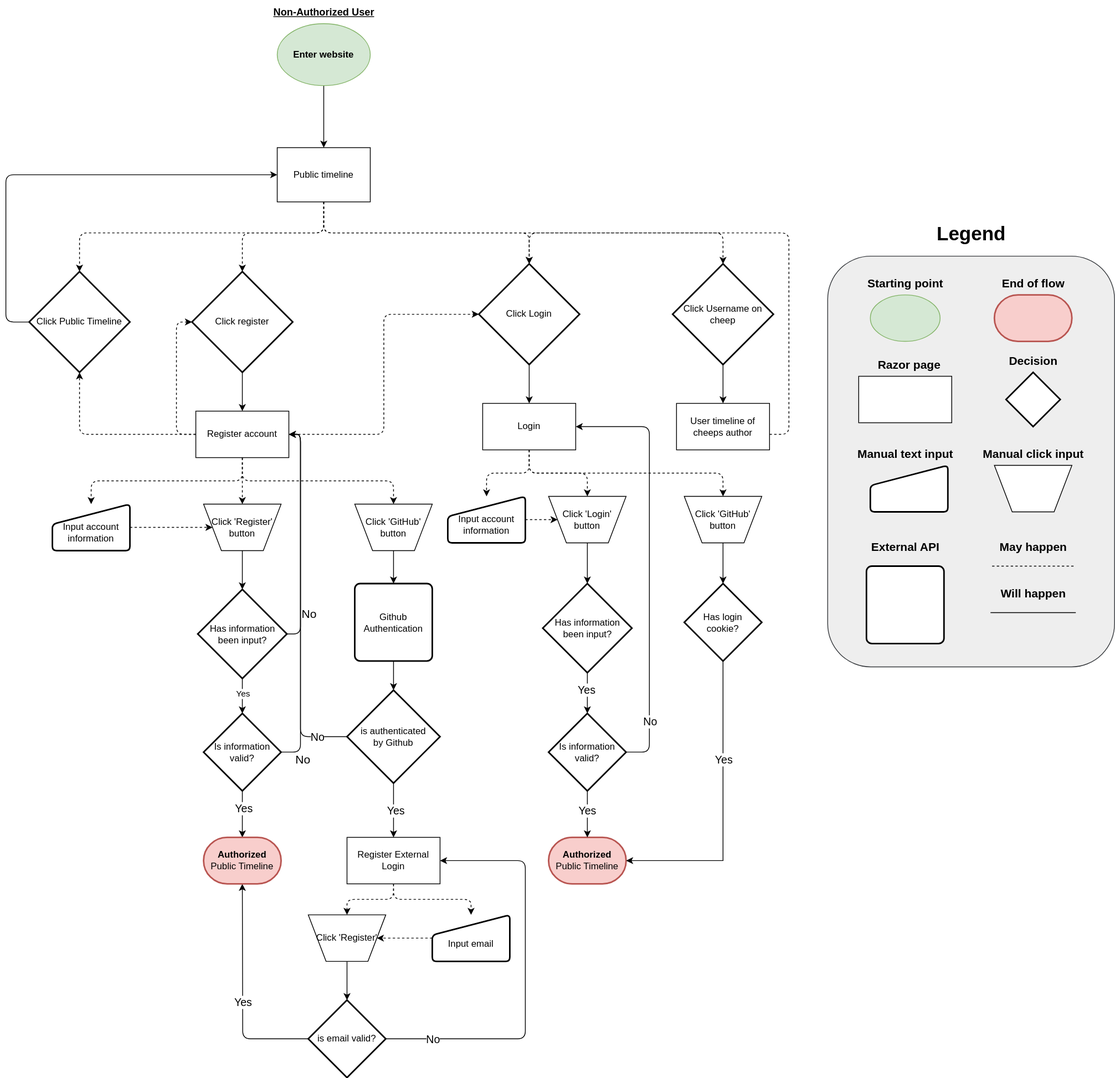
Before: docs/diagrams/Non-Auth User journey.drawio.svg, a diagram exported from draw.io (ITU-BDSA-GROUP-20/Chirp). Source tidied: cells renumbered, new cells last; positions are measured from the earlier drawing's top-left corner, leaving out a move shared by most shapes.
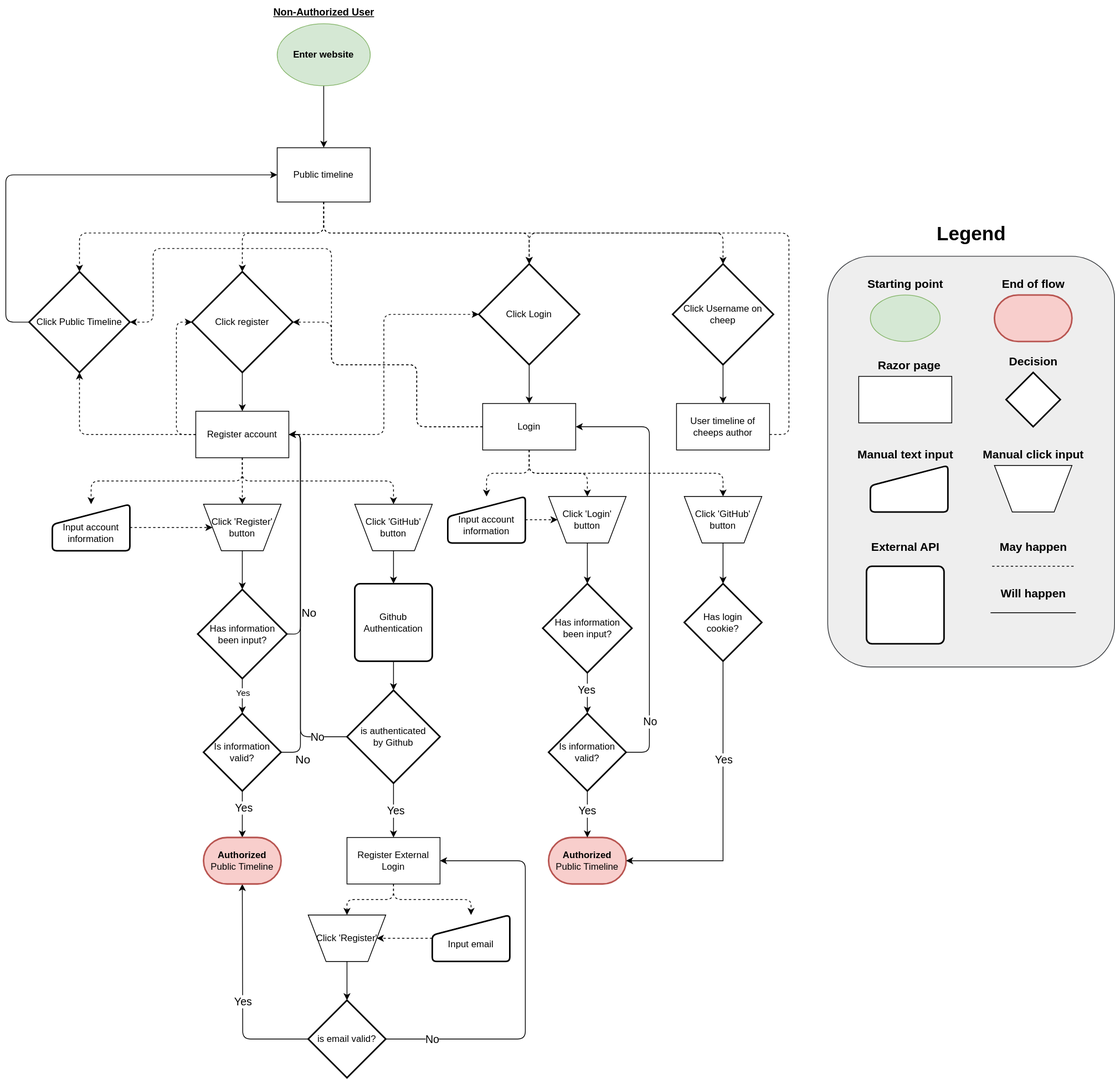
After the change.

The edit, as a diff of the source:
```diff
@@ -445,5 +445,27 @@
     <mxCell id="115" value="&lt;b style=&quot;border-color: var(--border-color);&quot;&gt;&lt;font style=&quot;border-color: var(--border-color); font-size: 15px;&quot;&gt;External API&lt;/font&gt;&lt;/b&gt;" style="text;html=1;align=center;verticalAlign=middle;strokeColor=none;fillColor=none;" parent="113" vertex="1">
       <mxGeometry width="110" height="30" as="geometry" />
     </mxCell>
+    <mxCell id="116" style="edgeStyle=orthogonalEdgeStyle;rounded=1;jettySize=auto;html=1;entryX=1;entryY=0.5;entryDx=0;entryDy=0;entryPerimeter=0;dashed=1;" parent="1" edge="1" source="67" target="12">
+      <mxGeometry relative="1" as="geometry">
+        <Array as="points">
+          <mxPoint x="530" y="550" />
+          <mxPoint x="530" y="470" />
+          <mxPoint x="420" y="470" />
+          <mxPoint x="420" y="415" />
+        </Array>
+      </mxGeometry>
+    </mxCell>
+    <mxCell id="117" style="edgeStyle=orthogonalEdgeStyle;rounded=1;jettySize=auto;html=1;entryX=1;entryY=0.5;entryDx=0;entryDy=0;entryPerimeter=0;dashed=1;" parent="1" edge="1" source="67" target="10">
+      <mxGeometry relative="1" as="geometry">
+        <Array as="points">
+          <mxPoint x="530" y="550" />
+          <mxPoint x="530" y="470" />
+          <mxPoint x="420" y="470" />
+          <mxPoint x="420" y="320" />
+          <mxPoint x="190" y="320" />
+          <mxPoint x="190" y="415" />
+        </Array>
+      </mxGeometry>
+    </mxCell>
   </root>
 </mxGraphModel>
```
